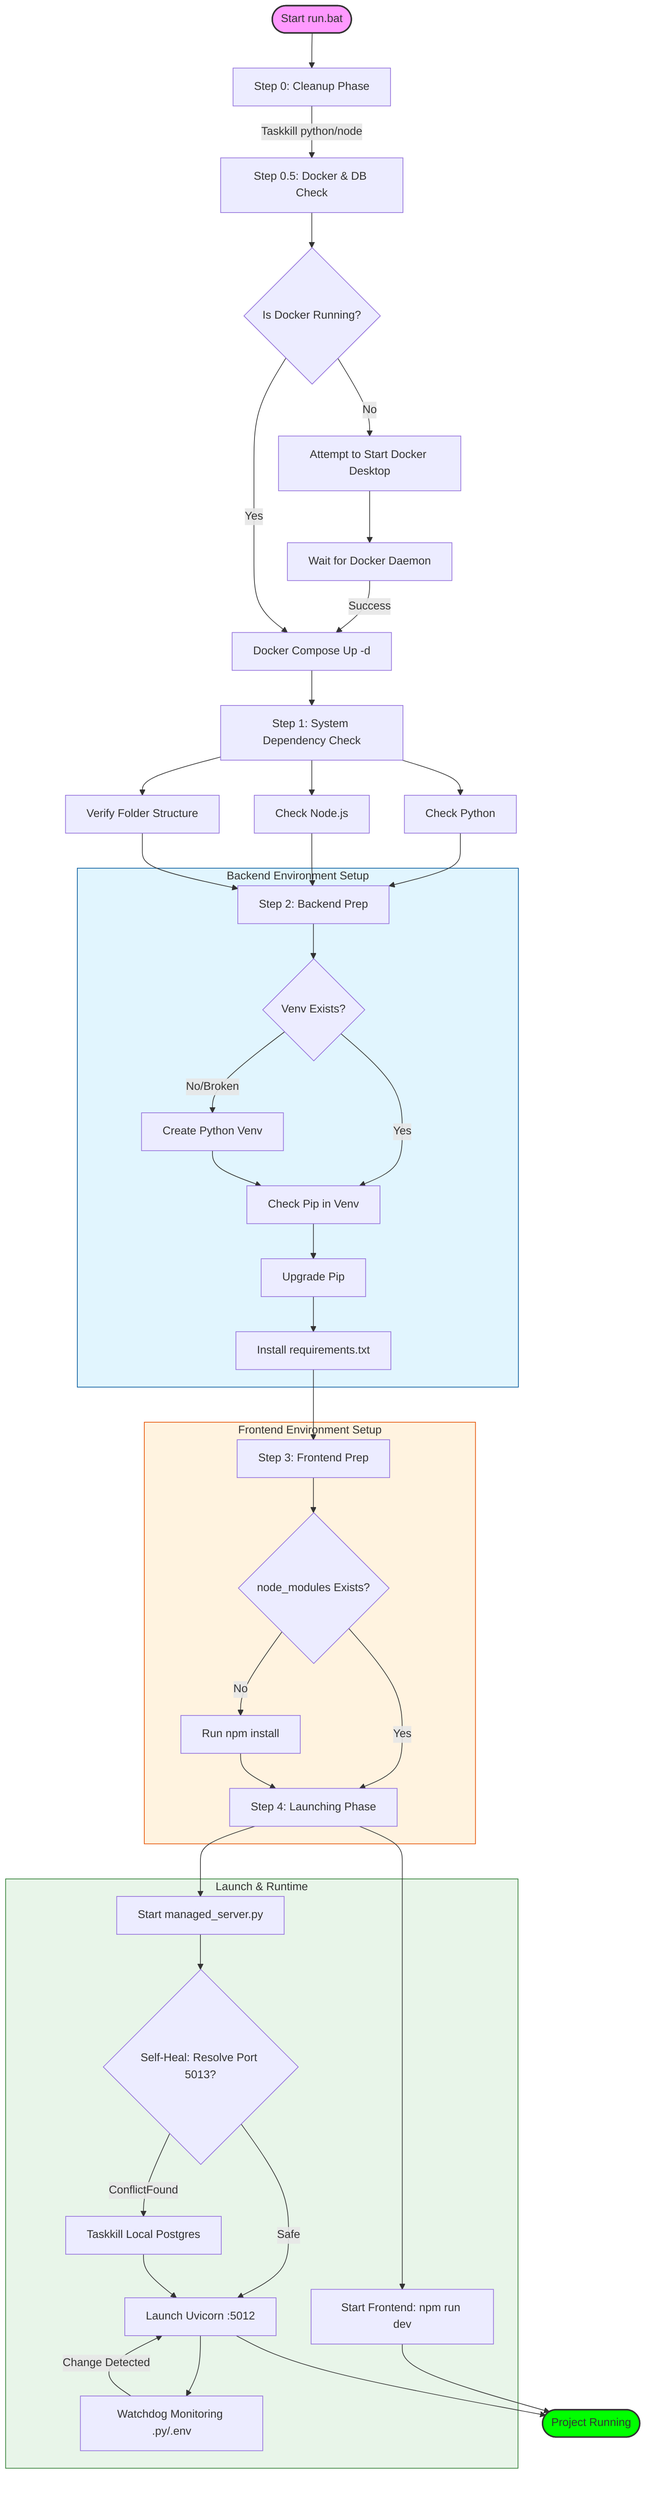
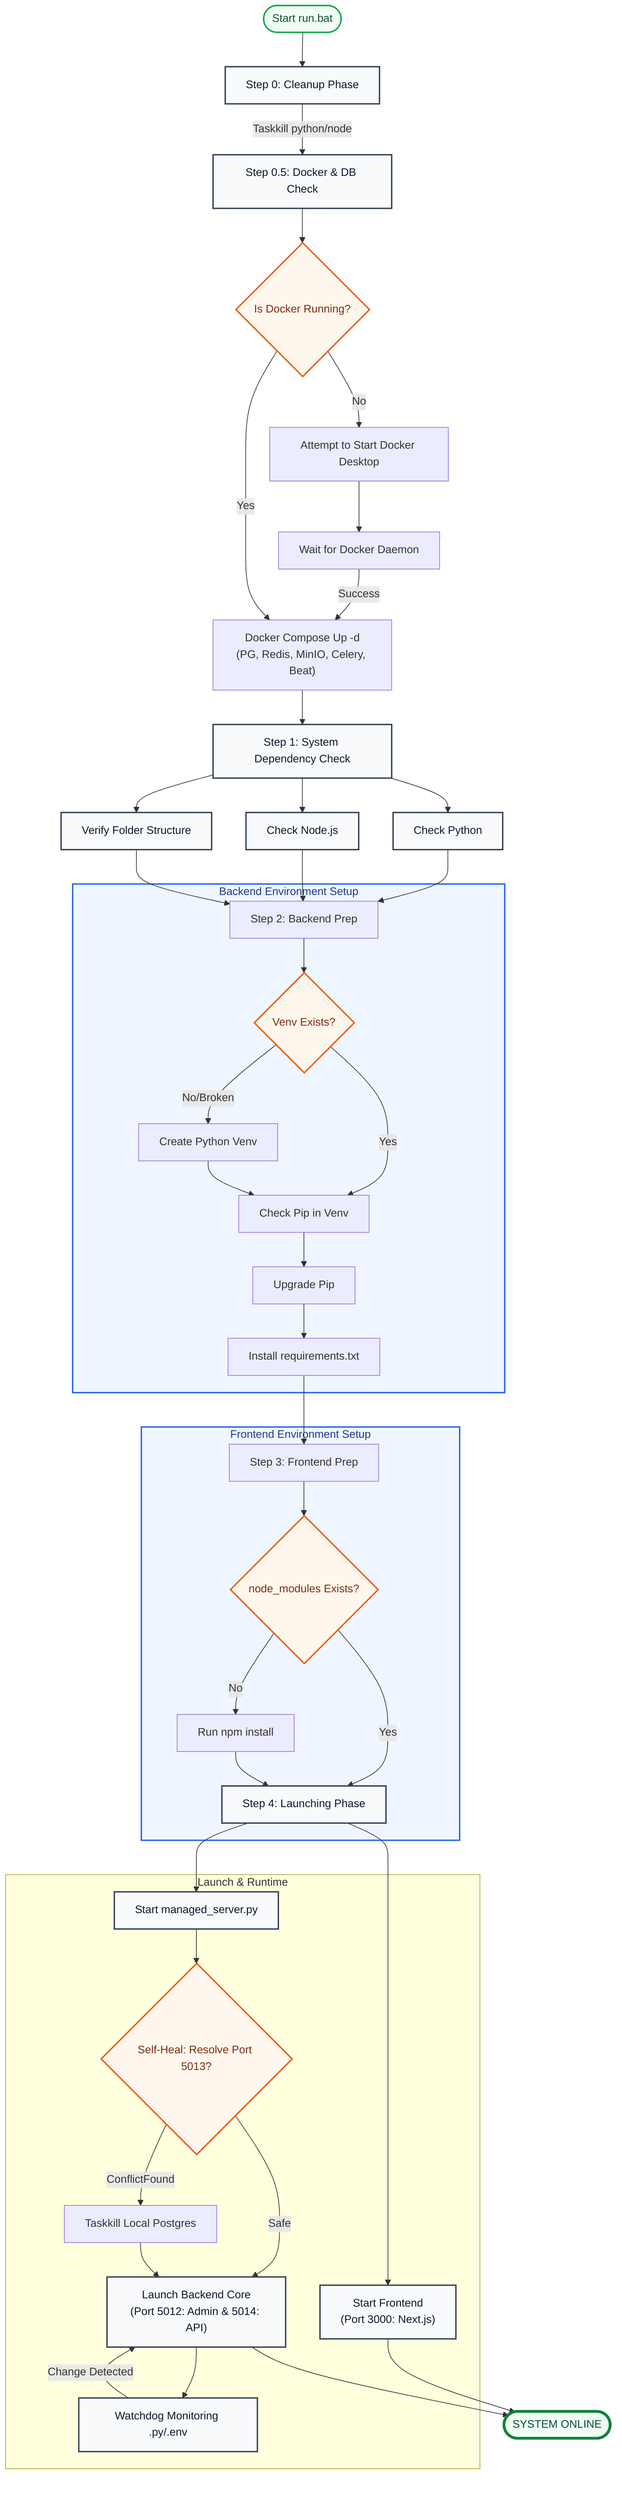
graph TD
+     %% Global Styling & Professional Aesthetics
+     classDef start fill:#f0fdf4,stroke:#16a34a,stroke-width:2px,color:#14532d
+     classDef step fill:#f8fafc,stroke:#334155,stroke-width:2px,color:#0f172a
+     classDef decision fill:#fff7ed,stroke:#ea580c,stroke-width:2px,color:#7c2d12
+     classDef setup fill:#eff6ff,stroke:#2563eb,stroke-width:2px,color:#1e3a8a
+     classDef success fill:#f0fdf4,stroke:#15803d,stroke-width:4px,color:#064e3b
+ 
    Start([Start run.bat]) --> Clean[Step 0: Cleanup Phase]
    Clean -->|Taskkill python/node| DockerCheck[Step 0.5: Docker & DB Check]

    DockerCheck --> IsDockerRunning{Is Docker Running?}
    IsDockerRunning -->|No| StartDocker[Attempt to Start Docker Desktop]
    StartDocker --> WaitDocker[Wait for Docker Daemon]
-     WaitDocker -->|Success| RunCompose[Docker Compose Up -d]
+     WaitDocker -->|Success| RunCompose["Docker Compose Up -d<br/>(PG, Redis, MinIO, Celery, Beat)"]
    IsDockerRunning -->|Yes| RunCompose

    RunCompose --> DepCheck[Step 1: System Dependency Check]
    DepCheck --> CheckPython[Check Python]
    DepCheck --> CheckNode[Check Node.js]
    DepCheck --> CheckFiles[Verify Folder Structure]

    CheckPython & CheckNode & CheckFiles --> BEPrep[Step 2: Backend Prep]

    subgraph BackendSetup["Backend Environment Setup"]
        BEPrep --> VenvCheck{Venv Exists?}
        VenvCheck -->|No/Broken| CreateVenv[Create Python Venv]
        VenvCheck -->|Yes| PipCheck[Check Pip in Venv]
        CreateVenv --> PipCheck
        PipCheck --> PipUpgrade[Upgrade Pip]
        PipUpgrade --> PipInstall[Install requirements.txt]
    end

    PipInstall --> FEPrep[Step 3: Frontend Prep]

    subgraph FrontendSetup["Frontend Environment Setup"]
        FEPrep --> NodeModulesCheck{node_modules Exists?}
        NodeModulesCheck -->|No| NPMInstall[Run npm install]
        NodeModulesCheck -->|Yes| LaunchPhase[Step 4: Launching Phase]
        NPMInstall --> LaunchPhase
    end

    subgraph Launch["Launch & Runtime"]
        LaunchPhase --> Watchdog[Start managed_server.py]
        Watchdog --> SelfHeal{Self-Heal: Resolve Port 5013?}
        SelfHeal -->|ConflictFound| KillLocalPG[Taskkill Local Postgres]
-         SelfHeal -->|Safe| Uvicorn[Launch Uvicorn :5012]
+         SelfHeal -->|Safe| Uvicorn["Launch Backend Core<br/>(Port 5012: Admin & 5014: API)"]
        KillLocalPG --> Uvicorn
        Uvicorn --> Monitor[Watchdog Monitoring .py/.env]
-         LaunchPhase --> LaunchFE[Start Frontend: npm run dev]
+         LaunchPhase --> LaunchFE["Start Frontend<br/>(Port 3000: Next.js)"]
    end

    Monitor -->|Change Detected| Uvicorn
-     LaunchFE --> Success([Project Running])
+     LaunchFE --> Success([SYSTEM ONLINE])
    Uvicorn --> Success

-     style Start fill:#f9f,stroke:#333,stroke-width:2px
-     style Success fill:#0f0,stroke:#333,stroke-width:2px
-     style BackendSetup fill:#e1f5fe,stroke:#01579b
-     style FrontendSetup fill:#fff3e0,stroke:#e65100
-     style Launch fill:#e8f5e9,stroke:#2e7d32
+     %% Applying Classes
+     class Start start
+     class Clean,DockerCheck,DepCheck,CheckPython,CheckNode,CheckFiles,LaunchPhase,Watchdog,Uvicorn,LaunchFE,Monitor step
+     class IsDockerRunning,VenvCheck,NodeModulesCheck,SelfHeal decision
+     class BackendSetup,FrontendSetup setup
+     class Success success
